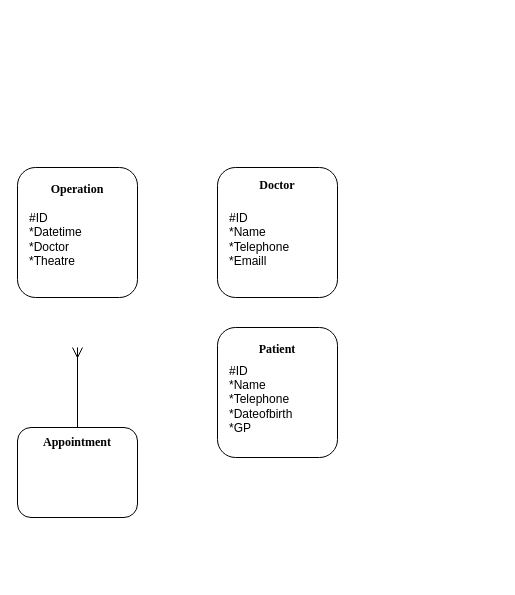
Before: Assignment1DatabaseDesign.drawio in LordDdanielHan/test, a draw.io diagram. Source tidied: cells renumbered, new cells numbered last; positions are measured from the earlier drawing's top-left corner, leaving out a move shared by most shapes. Both pictures are drawn from the tidied source at 100%, with x=0, y=0 at pixel (17, 155).
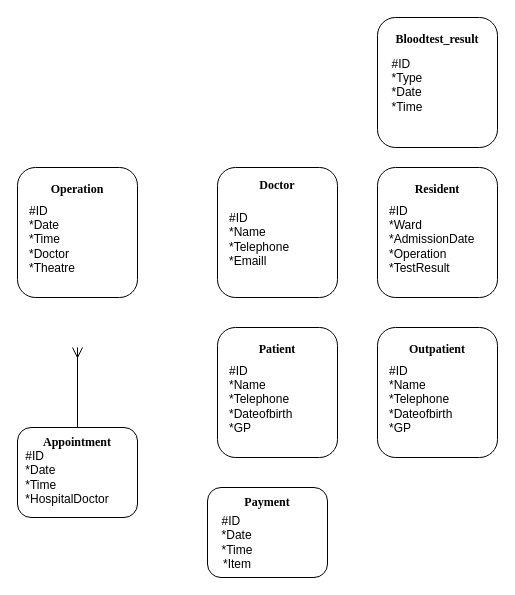
After the change.

The change refers to these unchanged cells:
```xml
<mxCell id="2" style="group;align=left;" parent="1" vertex="1">
  <mxGeometry y="12" width="120" height="210" as="geometry" />
</mxCell>
<mxCell id="10" style="group;" parent="1" vertex="1">
  <mxGeometry y="272" width="120" height="90" as="geometry" />
</mxCell>
```

Diff of the diagram source:
```diff
@@
-    <mxCell id="5" value="&lt;div align=&quot;left&quot;&gt;#ID&lt;/div&gt;&lt;div align=&quot;left&quot;&gt;*Datetime&lt;/div&gt;&lt;div align=&quot;left&quot;&gt;*Doctor&lt;/div&gt;&lt;div align=&quot;left&quot;&gt;*Theatre&lt;br&gt;&lt;/div&gt;" style="text;html=1;align=left;verticalAlign=middle;whiteSpace=wrap;rounded=0;" parent="2" vertex="1">
+    <mxCell id="5" value="&lt;div align=&quot;left&quot;&gt;&lt;div align=&quot;left&quot;&gt;&lt;div align=&quot;left&quot;&gt;&lt;div align=&quot;left&quot;&gt;#ID&lt;/div&gt;&lt;/div&gt;&lt;/div&gt;&lt;/div&gt;&lt;div align=&quot;left&quot;&gt;*Date&lt;/div&gt;&lt;div align=&quot;left&quot;&gt;*Time&lt;/div&gt;&lt;div align=&quot;left&quot;&gt;*Doctor&lt;/div&gt;&lt;div align=&quot;left&quot;&gt;*Theatre&lt;br&gt;&lt;/div&gt;" style="text;html=1;align=left;verticalAlign=middle;whiteSpace=wrap;rounded=0;" parent="2" vertex="1">
       <mxGeometry x="10" y="50" width="60" height="43.3" as="geometry" />
     </mxCell>
@@
-    <mxCell id="11" style="rounded=1;whiteSpace=wrap;html=1;" parent="10" vertex="1">
+    <mxCell id="11" value="&lt;br&gt;&lt;br&gt;&lt;div&gt;&lt;br&gt;&lt;/div&gt;" style="rounded=1;whiteSpace=wrap;html=1;" parent="10" vertex="1">
       <mxGeometry width="120" height="90" as="geometry" />
     </mxCell>
@@
+    <mxCell id="23" value="&lt;div align=&quot;left&quot;&gt;#ID&lt;br&gt;&lt;/div&gt;&lt;div align=&quot;left&quot;&gt;*Date&lt;/div&gt;&lt;div align=&quot;left&quot;&gt;*Time&lt;/div&gt;*HospitalDoctor" style="text;html=1;align=center;verticalAlign=middle;whiteSpace=wrap;rounded=0;" parent="10" vertex="1">
+      <mxGeometry x="20" y="35" width="60" height="30" as="geometry" />
+    </mxCell>
@@
+    <mxCell id="24" style="group;align=left;" parent="1" vertex="1">
+      <mxGeometry x="360" y="172" width="120" height="210" as="geometry" />
+    </mxCell>
+    <mxCell id="25" style="rounded=1;whiteSpace=wrap;html=1;" parent="24" vertex="1">
+      <mxGeometry width="120" height="130" as="geometry" />
+    </mxCell>
+    <mxCell id="26" value="&lt;font face=&quot;Times New Roman&quot;&gt;&lt;b&gt;Outpatient&lt;/b&gt;&lt;/font&gt;" style="text;html=1;align=center;verticalAlign=middle;whiteSpace=wrap;rounded=0;" parent="24" vertex="1">
+      <mxGeometry width="120" height="43.3" as="geometry" />
+    </mxCell>
+    <mxCell id="27" value="&lt;div align=&quot;left&quot;&gt;#ID&lt;/div&gt;&lt;div align=&quot;left&quot;&gt;*Name&lt;/div&gt;&lt;div align=&quot;left&quot;&gt;*Telephone&lt;/div&gt;&lt;div align=&quot;left&quot;&gt;*Dateofbirth&lt;/div&gt;&lt;div align=&quot;left&quot;&gt;*GP&lt;br&gt;&lt;/div&gt;" style="text;html=1;align=left;verticalAlign=middle;whiteSpace=wrap;rounded=0;" parent="24" vertex="1">
+      <mxGeometry x="10" y="50" width="60" height="43.3" as="geometry" />
+    </mxCell>
+    <mxCell id="28" style="group;align=left;" parent="1" vertex="1">
+      <mxGeometry x="360" y="12" width="120" height="210" as="geometry" />
+    </mxCell>
+    <mxCell id="29" style="rounded=1;whiteSpace=wrap;html=1;" parent="28" vertex="1">
+      <mxGeometry width="120" height="130" as="geometry" />
+    </mxCell>
+    <mxCell id="30" value="&lt;font face=&quot;Times New Roman&quot;&gt;&lt;b&gt;Resident&lt;/b&gt;&lt;/font&gt;" style="text;html=1;align=center;verticalAlign=middle;whiteSpace=wrap;rounded=0;" parent="28" vertex="1">
+      <mxGeometry width="120" height="43.3" as="geometry" />
+    </mxCell>
+    <mxCell id="31" value="&lt;div align=&quot;left&quot;&gt;#ID&lt;/div&gt;&lt;div align=&quot;left&quot;&gt;*Ward&lt;/div&gt;&lt;div align=&quot;left&quot;&gt;*AdmissionDate&lt;/div&gt;&lt;div align=&quot;left&quot;&gt;*Operation&lt;/div&gt;&lt;div align=&quot;left&quot;&gt;*TestResult&lt;br&gt;&lt;/div&gt;" style="text;html=1;align=left;verticalAlign=middle;whiteSpace=wrap;rounded=0;" parent="28" vertex="1">
+      <mxGeometry x="10" y="50" width="60" height="43.3" as="geometry" />
+    </mxCell>
+    <mxCell id="32" style="rounded=1;whiteSpace=wrap;html=1;" parent="1" vertex="1">
+      <mxGeometry x="360" y="-138" width="120" height="130" as="geometry" />
+    </mxCell>
+    <mxCell id="33" value="&lt;font face=&quot;Times New Roman&quot;&gt;&lt;b&gt;Bloodtest_result&lt;/b&gt;&lt;/font&gt;" style="text;html=1;align=center;verticalAlign=middle;whiteSpace=wrap;rounded=0;" parent="1" vertex="1">
+      <mxGeometry x="360" y="-138" width="120" height="43.3" as="geometry" />
+    </mxCell>
+    <mxCell id="34" value="&lt;div align=&quot;left&quot;&gt;#ID&lt;/div&gt;&lt;div align=&quot;left&quot;&gt;*Type&lt;/div&gt;&lt;div align=&quot;left&quot;&gt;*Date&lt;/div&gt;&lt;div align=&quot;left&quot;&gt;*Time&lt;/div&gt;&lt;div align=&quot;left&quot;&gt;&lt;br&gt;&lt;/div&gt;" style="text;html=1;align=center;verticalAlign=middle;whiteSpace=wrap;rounded=0;" parent="1" vertex="1">
+      <mxGeometry x="360" y="-78" width="60" height="30" as="geometry" />
+    </mxCell>
+    <mxCell id="35" style="group;" parent="1" vertex="1">
+      <mxGeometry x="190" y="332" width="120" height="90" as="geometry" />
+    </mxCell>
+    <mxCell id="36" value="&lt;br&gt;&lt;br&gt;&lt;div&gt;&lt;br&gt;&lt;/div&gt;" style="rounded=1;whiteSpace=wrap;html=1;" parent="35" vertex="1">
+      <mxGeometry width="120" height="90" as="geometry" />
+    </mxCell>
+    <mxCell id="37" value="&lt;font face=&quot;Times New Roman&quot;&gt;&lt;b&gt;Payment&lt;/b&gt;&lt;/font&gt;" style="text;html=1;align=center;verticalAlign=middle;whiteSpace=wrap;rounded=0;" parent="35" vertex="1">
+      <mxGeometry width="120" height="30" as="geometry" />
+    </mxCell>
+    <mxCell id="38" value="&lt;div align=&quot;left&quot;&gt;#ID&lt;br&gt;&lt;/div&gt;&lt;div align=&quot;left&quot;&gt;*Date&lt;/div&gt;&lt;div align=&quot;left&quot;&gt;*Time&lt;/div&gt;*Item" style="text;html=1;align=center;verticalAlign=middle;whiteSpace=wrap;rounded=0;" parent="35" vertex="1">
+      <mxGeometry y="40" width="60" height="30" as="geometry" />
+    </mxCell>
```
